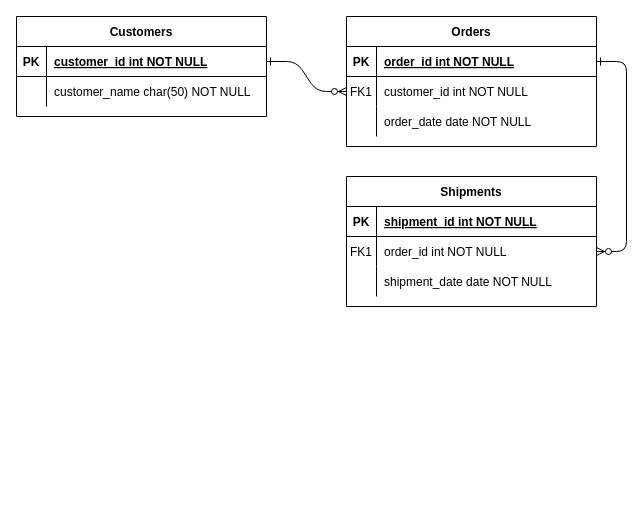
The draw.io diagram model/ModeloDeDatos.drawio in DataDiegoVasquez/Prueba_AnalyticsEngineer, before the edit. Source tidied: cells renumbered, new cells numbered last; positions are measured from the earlier drawing's top-left corner, leaving out a move shared by most shapes. Both pictures are drawn from the tidied source at 100%, with x=0, y=0 at pixel (16, 16).
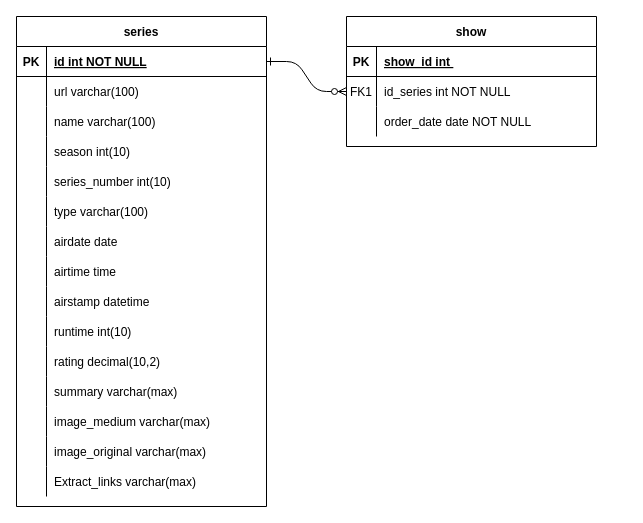
Above is the later version.

The change refers to these unchanged cells:
```xml
<mxCell id="5" style="shape=partialRectangle;fillColor=none;points=[[0,0.5],[1,0.5]];portConstraint=eastwest;top=0;left=0;right=0;bottom=1;" parent="4" vertex="1">
  <mxGeometry y="30" width="250" height="30" as="geometry" />
</mxCell>
<mxCell id="8" style="shape=partialRectangle;fillColor=none;points=[[0,0.5],[1,0.5]];portConstraint=eastwest;top=0;left=0;right=0;bottom=0;" parent="4" vertex="1">
  <mxGeometry y="60" width="250" height="30" as="geometry" />
</mxCell>
<mxCell id="25" style="shape=partialRectangle;fillColor=none;points=[[0,0.5],[1,0.5]];portConstraint=eastwest;top=0;left=0;right=0;bottom=1;" parent="24" vertex="1">
  <mxGeometry y="30" width="250" height="30" as="geometry" />
</mxCell>
<mxCell id="28" style="shape=partialRectangle;fillColor=none;top=0;left=0;right=0;bottom=0;" parent="24" vertex="1">
  <mxGeometry y="60" width="250" height="30" as="geometry" />
</mxCell>
```

Diff of the diagram source:
```diff
@@
-    <mxCell id="3" style="edgeStyle=entityRelationEdgeStyle;endArrow=ERzeroToMany;startArrow=ERone;endFill=1;startFill=0;" parent="1" edge="1" source="5" target="18">
-      <mxGeometry relative="1" as="geometry" />
-    </mxCell>
-    <mxCell id="4" value="Orders" style="shape=table;startSize=30;childLayout=tableLayout;rowLines=0;fontStyle=1;align=center;" parent="1" vertex="1">
+    <mxCell id="4" value="show" style="shape=table;startSize=30;childLayout=tableLayout;rowLines=0;fontStyle=1;align=center;" parent="1" vertex="1">
       <mxGeometry x="330" width="250" height="130" as="geometry" />
     </mxCell>
@@
-    <mxCell id="7" value="order_id int NOT NULL " style="shape=partialRectangle;overflow=hidden;fillColor=none;top=0;left=0;bottom=0;right=0;align=left;spacingLeft=6;fontStyle=5;" parent="5" vertex="1">
+    <mxCell id="7" value="show_id int  " style="shape=partialRectangle;overflow=hidden;fillColor=none;top=0;left=0;bottom=0;right=0;align=left;spacingLeft=6;fontStyle=5;" parent="5" vertex="1">
       <mxGeometry x="30" width="220" height="30" as="geometry" />
     </mxCell>
@@
-    <mxCell id="10" value="customer_id int NOT NULL" style="shape=partialRectangle;overflow=hidden;fillColor=none;top=0;left=0;bottom=0;right=0;align=left;spacingLeft=6;" parent="8" vertex="1">
+    <mxCell id="10" value="id_series int NOT NULL" style="shape=partialRectangle;overflow=hidden;fillColor=none;top=0;left=0;bottom=0;right=0;align=left;spacingLeft=6;" parent="8" vertex="1">
       <mxGeometry x="30" width="220" height="30" as="geometry" />
     </mxCell>
@@
-    <mxCell id="14" value="Shipments" style="shape=table;startSize=30;childLayout=tableLayout;rowLines=0;fontStyle=1;align=center;" parent="1" vertex="1">
-      <mxGeometry x="330" y="160" width="250" height="130" as="geometry" />
-    </mxCell>
-    <mxCell id="15" style="shape=partialRectangle;fillColor=none;top=0;left=0;right=0;bottom=1;" parent="14" vertex="1">
-      <mxGeometry y="30" width="250" height="30" as="geometry" />
-    </mxCell>
-    <mxCell id="16" value="PK" style="shape=partialRectangle;overflow=hidden;fillColor=none;top=0;left=0;bottom=0;right=0;fontStyle=1;" parent="15" vertex="1">
-      <mxGeometry width="30" height="30" as="geometry" />
-    </mxCell>
-    <mxCell id="17" value="shipment_id int NOT NULL " style="shape=partialRectangle;overflow=hidden;fillColor=none;top=0;left=0;bottom=0;right=0;align=left;spacingLeft=6;fontStyle=5;" parent="15" vertex="1">
-      <mxGeometry x="30" width="220" height="30" as="geometry" />
-    </mxCell>
-    <mxCell id="18" style="shape=partialRectangle;fillColor=none;points=[[0,0.5],[1,0.5]];portConstraint=eastwest;top=0;left=0;right=0;bottom=0;" parent="14" vertex="1">
-      <mxGeometry y="60" width="250" height="30" as="geometry" />
-    </mxCell>
-    <mxCell id="19" value="FK1" style="shape=partialRectangle;overflow=hidden;fillColor=none;top=0;left=0;bottom=0;right=0;" parent="18" vertex="1">
-      <mxGeometry width="30" height="30" as="geometry" />
-    </mxCell>
-    <mxCell id="20" value="order_id int NOT NULL" style="shape=partialRectangle;overflow=hidden;fillColor=none;top=0;left=0;bottom=0;right=0;align=left;spacingLeft=6;" parent="18" vertex="1">
-      <mxGeometry x="30" width="220" height="30" as="geometry" />
-    </mxCell>
-    <mxCell id="21" style="shape=partialRectangle;fillColor=none;top=0;left=0;right=0;bottom=0;" parent="14" vertex="1">
-      <mxGeometry y="90" width="250" height="30" as="geometry" />
-    </mxCell>
-    <mxCell id="22" style="shape=partialRectangle;overflow=hidden;fillColor=none;top=0;left=0;bottom=0;right=0;" parent="21" vertex="1">
-      <mxGeometry width="30" height="30" as="geometry" />
-    </mxCell>
-    <mxCell id="23" value="shipment_date date NOT NULL" style="shape=partialRectangle;overflow=hidden;fillColor=none;top=0;left=0;bottom=0;right=0;align=left;spacingLeft=6;" parent="21" vertex="1">
-      <mxGeometry x="30" width="220" height="30" as="geometry" />
-    </mxCell>
-    <mxCell id="24" value="Customers" style="shape=table;startSize=30;childLayout=tableLayout;rowLines=0;fontStyle=1;align=center;" parent="1" vertex="1">
-      <mxGeometry width="250" height="100" as="geometry" />
+    <mxCell id="24" value="series" style="shape=table;startSize=30;childLayout=tableLayout;rowLines=0;fontStyle=1;align=center;" parent="1" vertex="1">
+      <mxGeometry width="250" height="490" as="geometry" />
     </mxCell>
@@
-    <mxCell id="27" value="customer_id int NOT NULL " style="shape=partialRectangle;overflow=hidden;fillColor=none;top=0;left=0;bottom=0;right=0;align=left;spacingLeft=6;fontStyle=5;" parent="25" vertex="1">
+    <mxCell id="27" value="id int NOT NULL " style="shape=partialRectangle;overflow=hidden;fillColor=none;top=0;left=0;bottom=0;right=0;align=left;spacingLeft=6;fontStyle=5;" parent="25" vertex="1">
       <mxGeometry x="30" width="220" height="30" as="geometry" />
     </mxCell>
@@
-    <mxCell id="30" value="customer_name char(50) NOT NULL" style="shape=partialRectangle;overflow=hidden;fillColor=none;top=0;left=0;bottom=0;right=0;align=left;spacingLeft=6;" parent="28" vertex="1">
+    <mxCell id="30" value="url varchar(100) " style="shape=partialRectangle;overflow=hidden;fillColor=none;top=0;left=0;bottom=0;right=0;align=left;spacingLeft=6;" parent="28" vertex="1">
       <mxGeometry x="30" width="220" height="30" as="geometry" />
     </mxCell>
+    <mxCell id="21" style="shape=partialRectangle;fillColor=none;top=0;left=0;right=0;bottom=0;" parent="24" vertex="1">
+      <mxGeometry y="90" width="250" height="30" as="geometry" />
+    </mxCell>
+    <mxCell id="31" style="shape=partialRectangle;overflow=hidden;fillColor=none;top=0;left=0;bottom=0;right=0;" parent="21" vertex="1">
+      <mxGeometry width="30" height="30" as="geometry" />
+    </mxCell>
+    <mxCell id="32" value="name varchar(100) " style="shape=partialRectangle;overflow=hidden;fillColor=none;top=0;left=0;bottom=0;right=0;align=left;spacingLeft=6;" parent="21" vertex="1">
+      <mxGeometry x="30" width="220" height="30" as="geometry" />
+    </mxCell>
+    <mxCell id="33" style="shape=partialRectangle;fillColor=none;top=0;left=0;right=0;bottom=0;" parent="24" vertex="1">
+      <mxGeometry y="120" width="250" height="30" as="geometry" />
+    </mxCell>
+    <mxCell id="34" style="shape=partialRectangle;overflow=hidden;fillColor=none;top=0;left=0;bottom=0;right=0;" parent="33" vertex="1">
+      <mxGeometry width="30" height="30" as="geometry" />
+    </mxCell>
+    <mxCell id="35" value="season int(10) " style="shape=partialRectangle;overflow=hidden;fillColor=none;top=0;left=0;bottom=0;right=0;align=left;spacingLeft=6;" parent="33" vertex="1">
+      <mxGeometry x="30" width="220" height="30" as="geometry" />
+    </mxCell>
+    <mxCell id="36" style="shape=partialRectangle;fillColor=none;top=0;left=0;right=0;bottom=0;" parent="24" vertex="1">
+      <mxGeometry y="150" width="250" height="30" as="geometry" />
+    </mxCell>
+    <mxCell id="37" style="shape=partialRectangle;overflow=hidden;fillColor=none;top=0;left=0;bottom=0;right=0;" parent="36" vertex="1">
+      <mxGeometry width="30" height="30" as="geometry" />
+    </mxCell>
+    <mxCell id="38" value="series_number int(10) " style="shape=partialRectangle;overflow=hidden;fillColor=none;top=0;left=0;bottom=0;right=0;align=left;spacingLeft=6;" parent="36" vertex="1">
+      <mxGeometry x="30" width="220" height="30" as="geometry" />
+    </mxCell>
+    <mxCell id="39" style="shape=partialRectangle;fillColor=none;top=0;left=0;right=0;bottom=0;" parent="24" vertex="1">
+      <mxGeometry y="180" width="250" height="30" as="geometry" />
+    </mxCell>
+    <mxCell id="40" style="shape=partialRectangle;overflow=hidden;fillColor=none;top=0;left=0;bottom=0;right=0;" parent="39" vertex="1">
+      <mxGeometry width="30" height="30" as="geometry" />
+    </mxCell>
+    <mxCell id="41" value="type varchar(100) " style="shape=partialRectangle;overflow=hidden;fillColor=none;top=0;left=0;bottom=0;right=0;align=left;spacingLeft=6;" parent="39" vertex="1">
+      <mxGeometry x="30" width="220" height="30" as="geometry" />
+    </mxCell>
+    <mxCell id="42" style="shape=partialRectangle;fillColor=none;top=0;left=0;right=0;bottom=0;" parent="24" vertex="1">
+      <mxGeometry y="210" width="250" height="30" as="geometry" />
+    </mxCell>
+    <mxCell id="43" style="shape=partialRectangle;overflow=hidden;fillColor=none;top=0;left=0;bottom=0;right=0;" parent="42" vertex="1">
+      <mxGeometry width="30" height="30" as="geometry" />
+    </mxCell>
+    <mxCell id="44" value="airdate date" style="shape=partialRectangle;overflow=hidden;fillColor=none;top=0;left=0;bottom=0;right=0;align=left;spacingLeft=6;" parent="42" vertex="1">
+      <mxGeometry x="30" width="220" height="30" as="geometry" />
+    </mxCell>
+    <mxCell id="45" style="shape=partialRectangle;fillColor=none;top=0;left=0;right=0;bottom=0;" parent="24" vertex="1">
+      <mxGeometry y="240" width="250" height="30" as="geometry" />
+    </mxCell>
+    <mxCell id="46" style="shape=partialRectangle;overflow=hidden;fillColor=none;top=0;left=0;bottom=0;right=0;" parent="45" vertex="1">
+      <mxGeometry width="30" height="30" as="geometry" />
+    </mxCell>
+    <mxCell id="47" value="airtime time " style="shape=partialRectangle;overflow=hidden;fillColor=none;top=0;left=0;bottom=0;right=0;align=left;spacingLeft=6;" parent="45" vertex="1">
+      <mxGeometry x="30" width="220" height="30" as="geometry" />
+    </mxCell>
+    <mxCell id="48" style="shape=partialRectangle;fillColor=none;top=0;left=0;right=0;bottom=0;" parent="24" vertex="1">
+      <mxGeometry y="270" width="250" height="30" as="geometry" />
+    </mxCell>
+    <mxCell id="49" style="shape=partialRectangle;overflow=hidden;fillColor=none;top=0;left=0;bottom=0;right=0;" parent="48" vertex="1">
+      <mxGeometry width="30" height="30" as="geometry" />
+    </mxCell>
+    <mxCell id="50" value="airstamp datetime " style="shape=partialRectangle;overflow=hidden;fillColor=none;top=0;left=0;bottom=0;right=0;align=left;spacingLeft=6;" parent="48" vertex="1">
+      <mxGeometry x="30" width="220" height="30" as="geometry" />
+    </mxCell>
+    <mxCell id="51" style="shape=partialRectangle;fillColor=none;top=0;left=0;right=0;bottom=0;" parent="24" vertex="1">
+      <mxGeometry y="300" width="250" height="30" as="geometry" />
+    </mxCell>
+    <mxCell id="52" style="shape=partialRectangle;overflow=hidden;fillColor=none;top=0;left=0;bottom=0;right=0;" parent="51" vertex="1">
+      <mxGeometry width="30" height="30" as="geometry" />
+    </mxCell>
+    <mxCell id="53" value="runtime int(10) " style="shape=partialRectangle;overflow=hidden;fillColor=none;top=0;left=0;bottom=0;right=0;align=left;spacingLeft=6;" parent="51" vertex="1">
+      <mxGeometry x="30" width="220" height="30" as="geometry" />
+    </mxCell>
+    <mxCell id="54" style="shape=partialRectangle;fillColor=none;top=0;left=0;right=0;bottom=0;" parent="24" vertex="1">
+      <mxGeometry y="330" width="250" height="30" as="geometry" />
+    </mxCell>
+    <mxCell id="55" style="shape=partialRectangle;overflow=hidden;fillColor=none;top=0;left=0;bottom=0;right=0;" parent="54" vertex="1">
+      <mxGeometry width="30" height="30" as="geometry" />
+    </mxCell>
+    <mxCell id="56" value="rating decimal(10,2) " style="shape=partialRectangle;overflow=hidden;fillColor=none;top=0;left=0;bottom=0;right=0;align=left;spacingLeft=6;" parent="54" vertex="1">
+      <mxGeometry x="30" width="220" height="30" as="geometry" />
+    </mxCell>
+    <mxCell id="57" style="shape=partialRectangle;fillColor=none;top=0;left=0;right=0;bottom=0;" parent="24" vertex="1">
+      <mxGeometry y="360" width="250" height="30" as="geometry" />
+    </mxCell>
+    <mxCell id="58" style="shape=partialRectangle;overflow=hidden;fillColor=none;top=0;left=0;bottom=0;right=0;" parent="57" vertex="1">
+      <mxGeometry width="30" height="30" as="geometry" />
+    </mxCell>
+    <mxCell id="59" value="summary varchar(max) " style="shape=partialRectangle;overflow=hidden;fillColor=none;top=0;left=0;bottom=0;right=0;align=left;spacingLeft=6;" parent="57" vertex="1">
+      <mxGeometry x="30" width="220" height="30" as="geometry" />
+    </mxCell>
+    <mxCell id="60" style="shape=partialRectangle;fillColor=none;top=0;left=0;right=0;bottom=0;" parent="24" vertex="1">
+      <mxGeometry y="390" width="250" height="30" as="geometry" />
+    </mxCell>
+    <mxCell id="61" style="shape=partialRectangle;overflow=hidden;fillColor=none;top=0;left=0;bottom=0;right=0;" parent="60" vertex="1">
+      <mxGeometry width="30" height="30" as="geometry" />
+    </mxCell>
+    <mxCell id="62" value="image_medium varchar(max) " style="shape=partialRectangle;overflow=hidden;fillColor=none;top=0;left=0;bottom=0;right=0;align=left;spacingLeft=6;" parent="60" vertex="1">
+      <mxGeometry x="30" width="220" height="30" as="geometry" />
+    </mxCell>
+    <mxCell id="63" style="shape=partialRectangle;fillColor=none;top=0;left=0;right=0;bottom=0;" parent="24" vertex="1">
+      <mxGeometry y="420" width="250" height="30" as="geometry" />
+    </mxCell>
+    <mxCell id="64" style="shape=partialRectangle;overflow=hidden;fillColor=none;top=0;left=0;bottom=0;right=0;" parent="63" vertex="1">
+      <mxGeometry width="30" height="30" as="geometry" />
+    </mxCell>
+    <mxCell id="65" value="image_original varchar(max) " style="shape=partialRectangle;overflow=hidden;fillColor=none;top=0;left=0;bottom=0;right=0;align=left;spacingLeft=6;" parent="63" vertex="1">
+      <mxGeometry x="30" width="220" height="30" as="geometry" />
+    </mxCell>
+    <mxCell id="66" style="shape=partialRectangle;fillColor=none;top=0;left=0;right=0;bottom=0;" parent="24" vertex="1">
+      <mxGeometry y="450" width="250" height="30" as="geometry" />
+    </mxCell>
+    <mxCell id="67" style="shape=partialRectangle;overflow=hidden;fillColor=none;top=0;left=0;bottom=0;right=0;" parent="66" vertex="1">
+      <mxGeometry width="30" height="30" as="geometry" />
+    </mxCell>
+    <mxCell id="68" value="Extract_links varchar(max) " style="shape=partialRectangle;overflow=hidden;fillColor=none;top=0;left=0;bottom=0;right=0;align=left;spacingLeft=6;" parent="66" vertex="1">
+      <mxGeometry x="30" width="220" height="30" as="geometry" />
+    </mxCell>
```
